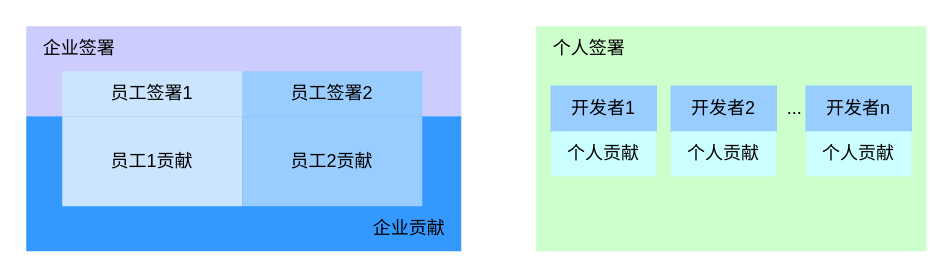
weijiang1994/draw-io keeps this draw.io diagram as 签署形式.drawio. Above is the earlier version. Source tidied: cells renumbered, new cells numbered last; positions are measured from the earlier drawing's top-left corner, leaving out a move shared by most shapes. Both pictures are drawn from the tidied source at 150%, with x=0, y=0 at pixel (26, 26).
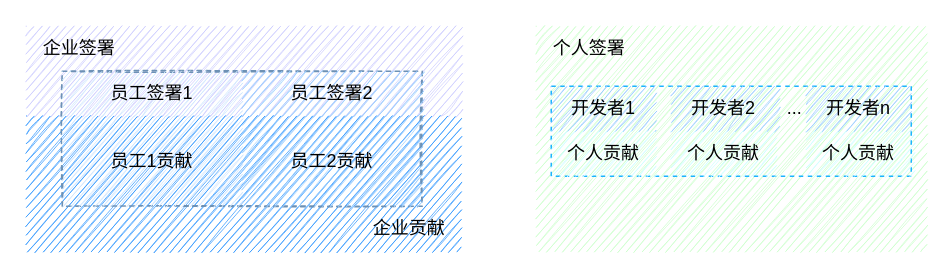
The same page after the edit.

Commit message:
更新签署形式.drawio

Diff of the diagram source:
```diff
@@
-    <mxCell id="2" style="rounded=0;whiteSpace=wrap;html=1;fillColor=#CCCCFF;strokeColor=none;" parent="1" vertex="1">
+    <mxCell id="2" style="rounded=0;whiteSpace=wrap;html=1;fillColor=#CCCCFF;strokeColor=none;sketch=1;" parent="1" vertex="1">
       <mxGeometry width="290" height="60" as="geometry" />
     </mxCell>
-    <mxCell id="3" style="rounded=0;whiteSpace=wrap;html=1;fillColor=#3399FF;strokeColor=none;" parent="1" vertex="1">
+    <mxCell id="3" style="rounded=0;whiteSpace=wrap;html=1;fillColor=#3399FF;strokeColor=none;sketch=1;" parent="1" vertex="1">
       <mxGeometry y="60" width="290" height="90" as="geometry" />
     </mxCell>
-    <mxCell id="4" style="rounded=0;whiteSpace=wrap;html=1;strokeColor=none;fillColor=#CCFFCC;" parent="1" vertex="1">
+    <mxCell id="4" style="rounded=0;whiteSpace=wrap;html=1;strokeColor=none;fillColor=#CCFFCC;sketch=1;" parent="1" vertex="1">
       <mxGeometry x="340" width="260" height="150" as="geometry" />
     </mxCell>
-    <mxCell id="5" style="group;" parent="1" vertex="1">
+    <mxCell id="5" style="group;sketch=1;dashed=1;strokeColor=#6D91B5;" parent="1" vertex="1">
       <mxGeometry x="24" y="30" width="240" height="90" as="geometry" />
     </mxCell>
-    <mxCell id="6" value="员工签署1" style="rounded=0;whiteSpace=wrap;html=1;fillColor=#CCE5FF;strokeColor=none;" parent="5" vertex="1">
+    <mxCell id="6" value="员工签署1" style="rounded=0;whiteSpace=wrap;html=1;fillColor=#CCE5FF;strokeColor=none;sketch=1;" parent="5" vertex="1">
       <mxGeometry width="120" height="30" as="geometry" />
     </mxCell>
-    <mxCell id="7" value="员工签署2" style="rounded=0;whiteSpace=wrap;html=1;fillColor=#99CCFF;strokeColor=none;" parent="5" vertex="1">
+    <mxCell id="7" value="员工签署2" style="rounded=0;whiteSpace=wrap;html=1;fillColor=#99CCFF;strokeColor=none;sketch=1;" parent="5" vertex="1">
       <mxGeometry x="120" width="120" height="30" as="geometry" />
     </mxCell>
-    <mxCell id="8" value="员工1贡献" style="rounded=0;whiteSpace=wrap;html=1;fillColor=#CCE5FF;strokeColor=none;" parent="5" vertex="1">
+    <mxCell id="8" value="员工1贡献" style="rounded=0;whiteSpace=wrap;html=1;fillColor=#CCE5FF;strokeColor=none;sketch=1;" parent="5" vertex="1">
       <mxGeometry y="30" width="120" height="60" as="geometry" />
     </mxCell>
-    <mxCell id="9" value="员工2贡献" style="rounded=0;whiteSpace=wrap;html=1;fillColor=#99CCFF;strokeColor=none;" parent="5" vertex="1">
+    <mxCell id="9" value="员工2贡献" style="rounded=0;whiteSpace=wrap;html=1;fillColor=#99CCFF;strokeColor=none;sketch=1;" parent="5" vertex="1">
       <mxGeometry x="120" y="30" width="120" height="60" as="geometry" />
     </mxCell>
-    <mxCell id="10" value="企业签署" style="text;html=1;align=center;verticalAlign=middle;strokeColor=none;fillColor=none;" parent="1" vertex="1">
+    <mxCell id="10" value="企业签署" style="text;html=1;align=center;verticalAlign=middle;strokeColor=none;fillColor=none;sketch=1;" parent="1" vertex="1">
       <mxGeometry width="70" height="30" as="geometry" />
     </mxCell>
-    <mxCell id="11" value="企业贡献" style="text;html=1;align=center;verticalAlign=middle;strokeColor=none;fillColor=none;" parent="1" vertex="1">
+    <mxCell id="11" value="企业贡献" style="text;html=1;align=center;verticalAlign=middle;strokeColor=none;fillColor=none;sketch=1;" parent="1" vertex="1">
       <mxGeometry x="220" y="120" width="70" height="30" as="geometry" />
     </mxCell>
-    <mxCell id="12" value="个人签署" style="text;html=1;align=center;verticalAlign=middle;strokeColor=none;fillColor=none;" parent="1" vertex="1">
+    <mxCell id="12" value="个人签署" style="text;html=1;align=center;verticalAlign=middle;strokeColor=none;fillColor=none;sketch=1;" parent="1" vertex="1">
       <mxGeometry x="340" width="70" height="30" as="geometry" />
     </mxCell>
+    <mxCell id="20" style="group;strokeColor=#1CB3FF;dashed=1;" parent="1" vertex="1">
+      <mxGeometry x="350" y="40" width="240" height="60" as="geometry" />
+    </mxCell>
-    <mxCell id="13" value="开发者1" style="rounded=0;whiteSpace=wrap;html=1;strokeColor=#99CCFF;fillColor=#99CCFF;" parent="1" vertex="1">
-      <mxGeometry x="350" y="40" width="70" height="30" as="geometry" />
+    <mxCell id="13" value="开发者1" style="rounded=0;whiteSpace=wrap;html=1;strokeColor=none;fillColor=#99CCFF;sketch=1;" parent="20" vertex="1">
+      <mxGeometry width="70" height="30" as="geometry" />
     </mxCell>
-    <mxCell id="14" value="开发者2" style="rounded=0;whiteSpace=wrap;html=1;strokeColor=#99CCFF;fillColor=#99CCFF;" parent="1" vertex="1">
-      <mxGeometry x="430" y="40" width="70" height="30" as="geometry" />
+    <mxCell id="14" value="开发者2" style="rounded=0;whiteSpace=wrap;html=1;strokeColor=none;fillColor=#99CCFF;sketch=1;" parent="20" vertex="1">
+      <mxGeometry x="80" width="70" height="30" as="geometry" />
     </mxCell>
-    <mxCell id="15" value="开发者n" style="rounded=0;whiteSpace=wrap;html=1;strokeColor=#99CCFF;fillColor=#99CCFF;" parent="1" vertex="1">
-      <mxGeometry x="520" y="40" width="70" height="30" as="geometry" />
+    <mxCell id="15" value="开发者n" style="rounded=0;whiteSpace=wrap;html=1;strokeColor=none;fillColor=#99CCFF;sketch=1;" parent="20" vertex="1">
+      <mxGeometry x="170" width="70" height="30" as="geometry" />
     </mxCell>
-    <mxCell id="16" value="..." style="text;html=1;align=center;verticalAlign=middle;strokeColor=none;fillColor=none;" parent="1" vertex="1">
-      <mxGeometry x="497" y="40" width="30" height="30" as="geometry" />
+    <mxCell id="16" value="..." style="text;html=1;align=center;verticalAlign=middle;strokeColor=none;fillColor=none;sketch=1;" parent="20" vertex="1">
+      <mxGeometry x="147" width="30" height="30" as="geometry" />
     </mxCell>
-    <mxCell id="17" value="个人贡献" style="rounded=0;whiteSpace=wrap;html=1;strokeColor=none;fillColor=#CCFFFF;" parent="1" vertex="1">
-      <mxGeometry x="350" y="70" width="70" height="30" as="geometry" />
+    <mxCell id="17" value="个人贡献" style="rounded=0;whiteSpace=wrap;html=1;strokeColor=none;fillColor=#CCFFFF;sketch=1;" parent="20" vertex="1">
+      <mxGeometry y="30" width="70" height="30" as="geometry" />
     </mxCell>
-    <mxCell id="18" value="个人贡献" style="rounded=0;whiteSpace=wrap;html=1;strokeColor=none;fillColor=#CCFFFF;" parent="1" vertex="1">
-      <mxGeometry x="430" y="70" width="70" height="30" as="geometry" />
+    <mxCell id="18" value="个人贡献" style="rounded=0;whiteSpace=wrap;html=1;strokeColor=none;fillColor=#CCFFFF;sketch=1;" parent="20" vertex="1">
+      <mxGeometry x="80" y="30" width="70" height="30" as="geometry" />
     </mxCell>
-    <mxCell id="19" value="个人贡献" style="rounded=0;whiteSpace=wrap;html=1;strokeColor=none;fillColor=#CCFFFF;" parent="1" vertex="1">
-      <mxGeometry x="520" y="70" width="70" height="30" as="geometry" />
+    <mxCell id="19" value="个人贡献" style="rounded=0;whiteSpace=wrap;html=1;strokeColor=none;fillColor=#CCFFFF;sketch=1;" parent="20" vertex="1">
+      <mxGeometry x="170" y="30" width="70" height="30" as="geometry" />
     </mxCell>
```
